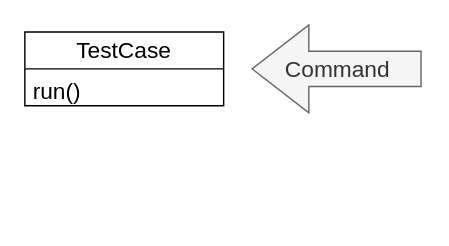
Above: JunitPatters.drawio in nooblette/junit-creation (draw.io), before the change. Source tidied: cells renumbered, new cells numbered last; positions are measured from the earlier drawing's top-left corner, leaving out a move shared by most shapes. Both pictures are drawn from the tidied source at 142%, with x=0, y=0 at pixel (24, 24).
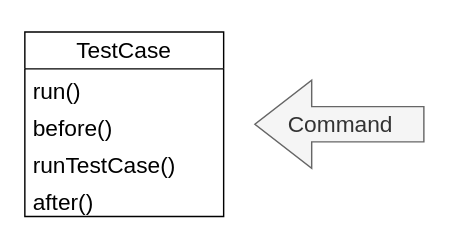
The same page after the edit.

Commit message:
3. Fixture 메소드

What changed in the source:
```diff
@@
 <mxGraphModel>
   <root>
     <mxCell id="0" />
     <mxCell id="1" parent="0" />
     <mxCell id="2" value="TestCase" style="swimlane;fontStyle=0;horizontal=1;startSize=26;fillColor=none;whiteSpace=wrap;html=1;fontSize=16;" parent="1" vertex="1">
-      <mxGeometry y="5" width="140" height="52" as="geometry" />
+      <mxGeometry y="5" width="140" height="130" as="geometry" />
     </mxCell>
     <mxCell id="3" value="run()" style="text;strokeColor=none;fillColor=none;align=left;verticalAlign=top;spacingLeft=4;spacingRight=4;overflow=hidden;whiteSpace=wrap;html=1;fontSize=16;" parent="2" vertex="1">
       <mxGeometry y="26" width="140" height="26" as="geometry" />
     </mxCell>
+    <mxCell id="5" value="before()" style="text;strokeColor=none;fillColor=none;align=left;verticalAlign=top;spacingLeft=4;spacingRight=4;overflow=hidden;whiteSpace=wrap;html=1;fontSize=16;" parent="2" vertex="1">
+      <mxGeometry y="52" width="140" height="26" as="geometry" />
+    </mxCell>
+    <mxCell id="6" value="runTestCase()" style="text;strokeColor=none;fillColor=none;align=left;verticalAlign=top;spacingLeft=4;spacingRight=4;overflow=hidden;whiteSpace=wrap;html=1;fontSize=16;" parent="2" vertex="1">
+      <mxGeometry y="78" width="140" height="26" as="geometry" />
+    </mxCell>
+    <mxCell id="7" value="after()" style="text;strokeColor=none;fillColor=none;align=left;verticalAlign=top;spacingLeft=4;spacingRight=4;overflow=hidden;whiteSpace=wrap;html=1;fontSize=16;" parent="2" vertex="1">
+      <mxGeometry y="104" width="140" height="26" as="geometry" />
+    </mxCell>
     <mxCell id="4" value="Command" style="html=1;shadow=0;dashed=0;align=center;verticalAlign=middle;shape=mxgraph.arrows2.arrow;dy=0.6;dx=40;flipH=1;notch=0;fontSize=16;fillColor=#f5f5f5;fontColor=#333333;strokeColor=#666666;" parent="1" vertex="1">
-      <mxGeometry x="160" width="119" height="62" as="geometry" />
+      <mxGeometry x="162" y="39" width="119" height="62" as="geometry" />
     </mxCell>
   </root>
 </mxGraphModel>
```
